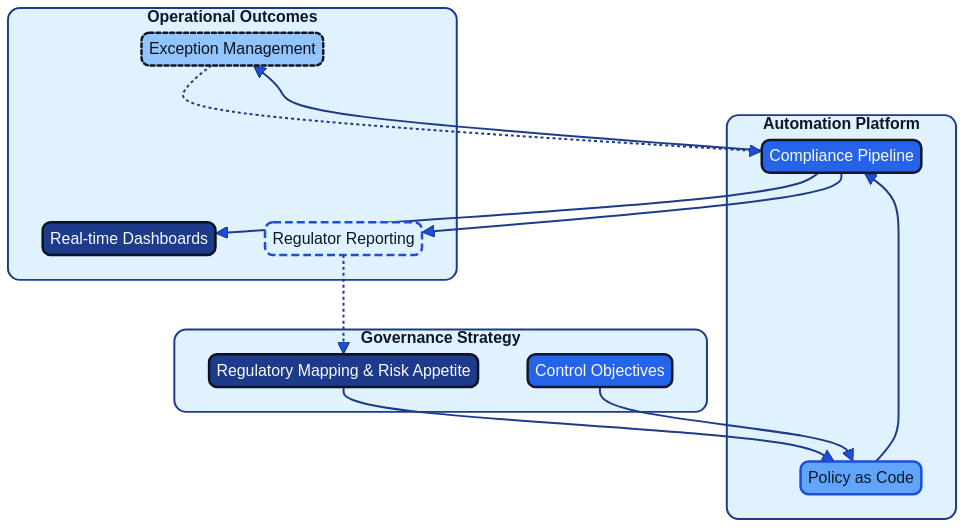
This is docs/images/diagram_12_policy_governance.png from Geonitab/architecture_as_code, a Mermaid export, as it was before one commit. Its source is kept beside it as docs/images/diagram_12_policy_governance.mmd. The source it was exported from:
```mermaid
flowchart TD
    subgraph Strategy[Governance Strategy]
        S1[Regulatory Mapping & Risk Appetite]:::kv-primary
        S2[Control Objectives]:::kv-accent
    end
    subgraph Automation[Automation Platform]
        A1[Policy as Code]:::kv-highlight
        A2[Compliance Pipeline]:::kv-accent
    end
    subgraph Operations[Operational Outcomes]
        O1[Real-time Dashboards]:::kv-primary
        O2[Exception Management]:::kv-pattern
        O3[Regulator Reporting]:::kv-muted
    end
    S1 --> A1
    S2 --> A1
    A1 --> A2
    A2 --> O1
    A2 --> O2
    A2 --> O3
    O2 -.-> A2
    O3 -.-> S1
```
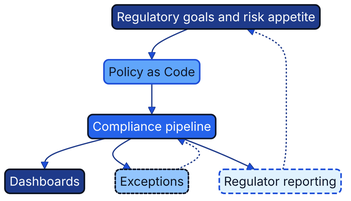
The same file after the commit.

The edit, as a diff of the source:
```diff
@@ -1,22 +1,8 @@
 flowchart TD
-    subgraph Strategy[Governance Strategy]
-        S1[Regulatory Mapping & Risk Appetite]:::kv-primary
-        S2[Control Objectives]:::kv-accent
-    end
-    subgraph Automation[Automation Platform]
-        A1[Policy as Code]:::kv-highlight
-        A2[Compliance Pipeline]:::kv-accent
-    end
-    subgraph Operations[Operational Outcomes]
-        O1[Real-time Dashboards]:::kv-primary
-        O2[Exception Management]:::kv-pattern
-        O3[Regulator Reporting]:::kv-muted
-    end
-    S1 --> A1
-    S2 --> A1
-    A1 --> A2
-    A2 --> O1
-    A2 --> O2
-    A2 --> O3
+    S1[Regulatory goals and risk appetite]:::kv-primary --> A1[Policy as Code]:::kv-highlight
+    A1 --> A2[Compliance pipeline]:::kv-accent
+    A2 --> O1[Dashboards]:::kv-primary
+    A2 --> O2[Exceptions]:::kv-pattern
+    A2 --> O3[Regulator reporting]:::kv-muted
     O2 -.-> A2
     O3 -.-> S1
```
